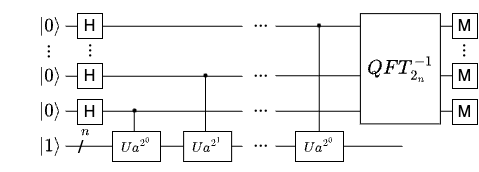
The draw.io diagram assets/shors.png in abrege11/quantum-algorithm-education, before a commit. Source tidied: cells renumbered, new cells last; positions are measured from the earlier drawing's top-left corner, leaving out a move shared by most shapes.
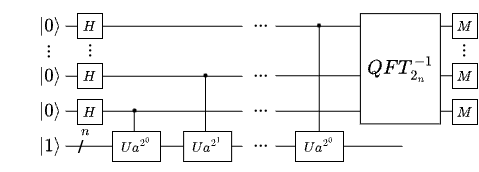
The same diagram one commit later.

Diff of the diagram source:
```diff
@@ -68,13 +68,13 @@
     <mxCell id="19" value="&lt;font style=&quot;font-size: 20px;&quot;&gt;...&lt;/font&gt;" style="text;html=1;align=center;verticalAlign=top;strokeColor=none;fillColor=none;fontSize=20;strokeWidth=0;fontFamily=Times New Roman;rotation=-180;horizontal=1;" parent="1" vertex="1">
       <mxGeometry x="241.1" y="120" width="40" height="40" as="geometry" />
     </mxCell>
-    <mxCell id="20" value="&lt;font style=&quot;font-size: 16px;&quot;&gt;H&lt;/font&gt;" style="whiteSpace=wrap;html=1;" parent="1" vertex="1">
+    <mxCell id="20" value="$$H$$" style="whiteSpace=wrap;html=1;" parent="1" vertex="1">
       <mxGeometry x="77" y="2" width="25" height="25" as="geometry" />
     </mxCell>
-    <mxCell id="21" value="&lt;font style=&quot;font-size: 16px;&quot;&gt;H&lt;/font&gt;" style="whiteSpace=wrap;html=1;" parent="1" vertex="1">
+    <mxCell id="21" value="$$H$$" style="whiteSpace=wrap;html=1;" parent="1" vertex="1">
       <mxGeometry x="77" y="52" width="25" height="25" as="geometry" />
     </mxCell>
-    <mxCell id="22" value="&lt;font style=&quot;font-size: 16px;&quot;&gt;H&lt;/font&gt;" style="whiteSpace=wrap;html=1;" parent="1" vertex="1">
+    <mxCell id="22" value="$$H$$" style="whiteSpace=wrap;html=1;" parent="1" vertex="1">
       <mxGeometry x="77" y="88" width="25" height="25" as="geometry" />
     </mxCell>
     <mxCell id="23" style="endArrow=none;html=1;rounded=0;" parent="1" edge="1">
@@ -125,13 +125,13 @@
         <mxPoint x="318.7" y="15" as="targetPoint" />
       </mxGeometry>
     </mxCell>
-    <mxCell id="32" value="&lt;font style=&quot;font-size: 16px;&quot;&gt;M&lt;/font&gt;" style="whiteSpace=wrap;html=1;" parent="1" vertex="1">
+    <mxCell id="32" value="$$M$$" style="whiteSpace=wrap;html=1;" parent="1" vertex="1">
       <mxGeometry x="452" y="88" width="25" height="25" as="geometry" />
     </mxCell>
-    <mxCell id="33" value="&lt;font style=&quot;font-size: 16px;&quot;&gt;M&lt;/font&gt;" style="whiteSpace=wrap;html=1;" parent="1" vertex="1">
+    <mxCell id="33" value="$$M$$" style="whiteSpace=wrap;html=1;" parent="1" vertex="1">
       <mxGeometry x="452" y="52" width="25" height="25" as="geometry" />
     </mxCell>
-    <mxCell id="34" value="&lt;font style=&quot;font-size: 16px;&quot;&gt;M&lt;/font&gt;" style="whiteSpace=wrap;html=1;" parent="1" vertex="1">
+    <mxCell id="34" value="$$M$$" style="whiteSpace=wrap;html=1;" parent="1" vertex="1">
       <mxGeometry x="452" y="2" width="25" height="25" as="geometry" />
     </mxCell>
     <mxCell id="35" value="&lt;font style=&quot;font-size: 20px;&quot;&gt;...&lt;/font&gt;" style="text;html=1;align=center;verticalAlign=top;strokeColor=none;fillColor=none;fontSize=20;strokeWidth=0;fontFamily=Times New Roman;rotation=-90;horizontal=1;" parent="1" vertex="1">
```
